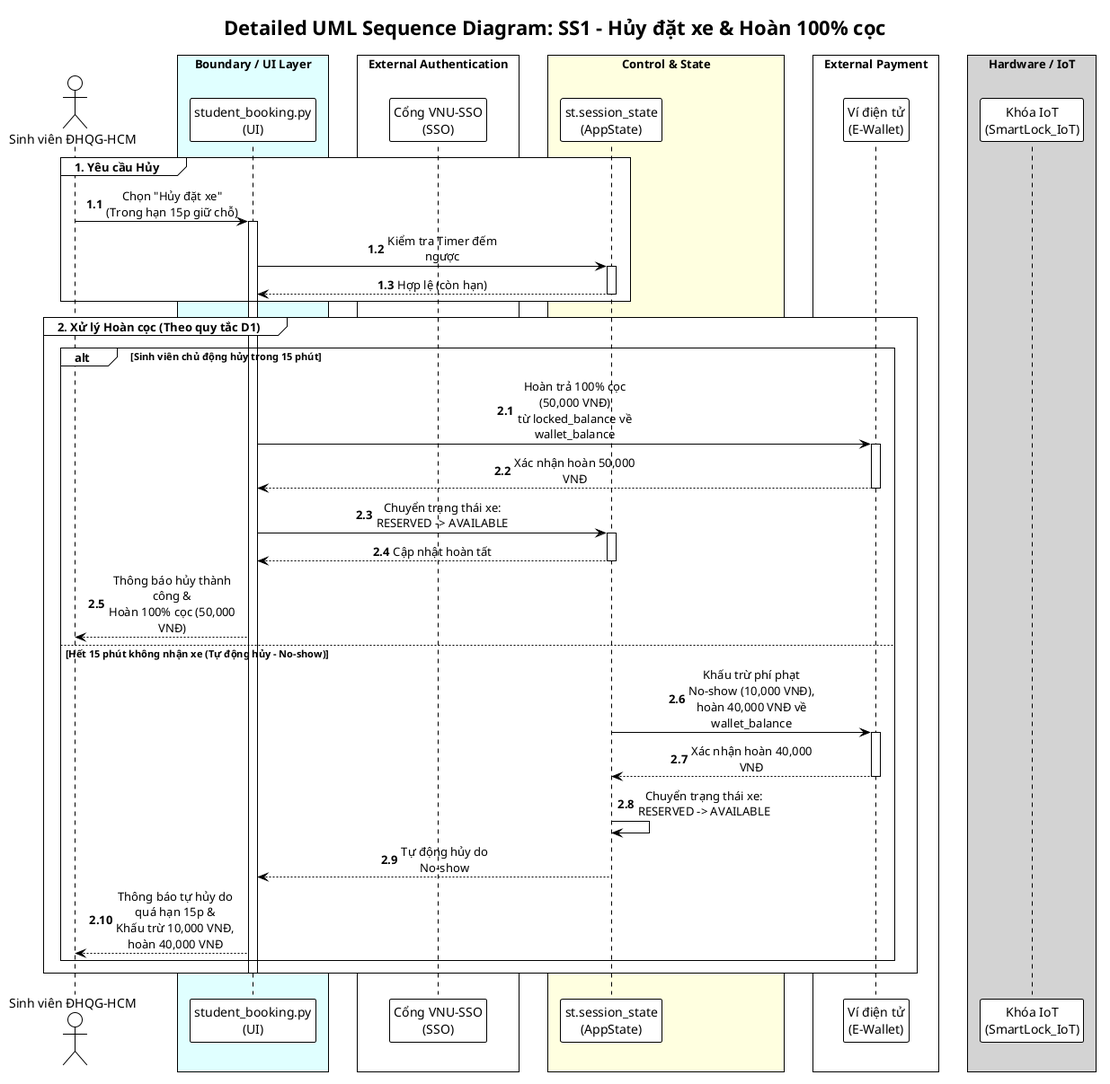
The PlantUML diagram docs/diagrams/Use-case detail-scenario/SS1/Sequence diagrams/UC_SS1_03_NguyenThanhDat_sequence.png in Dat-nguyen195/BTL_1_CNPM, before a commit.
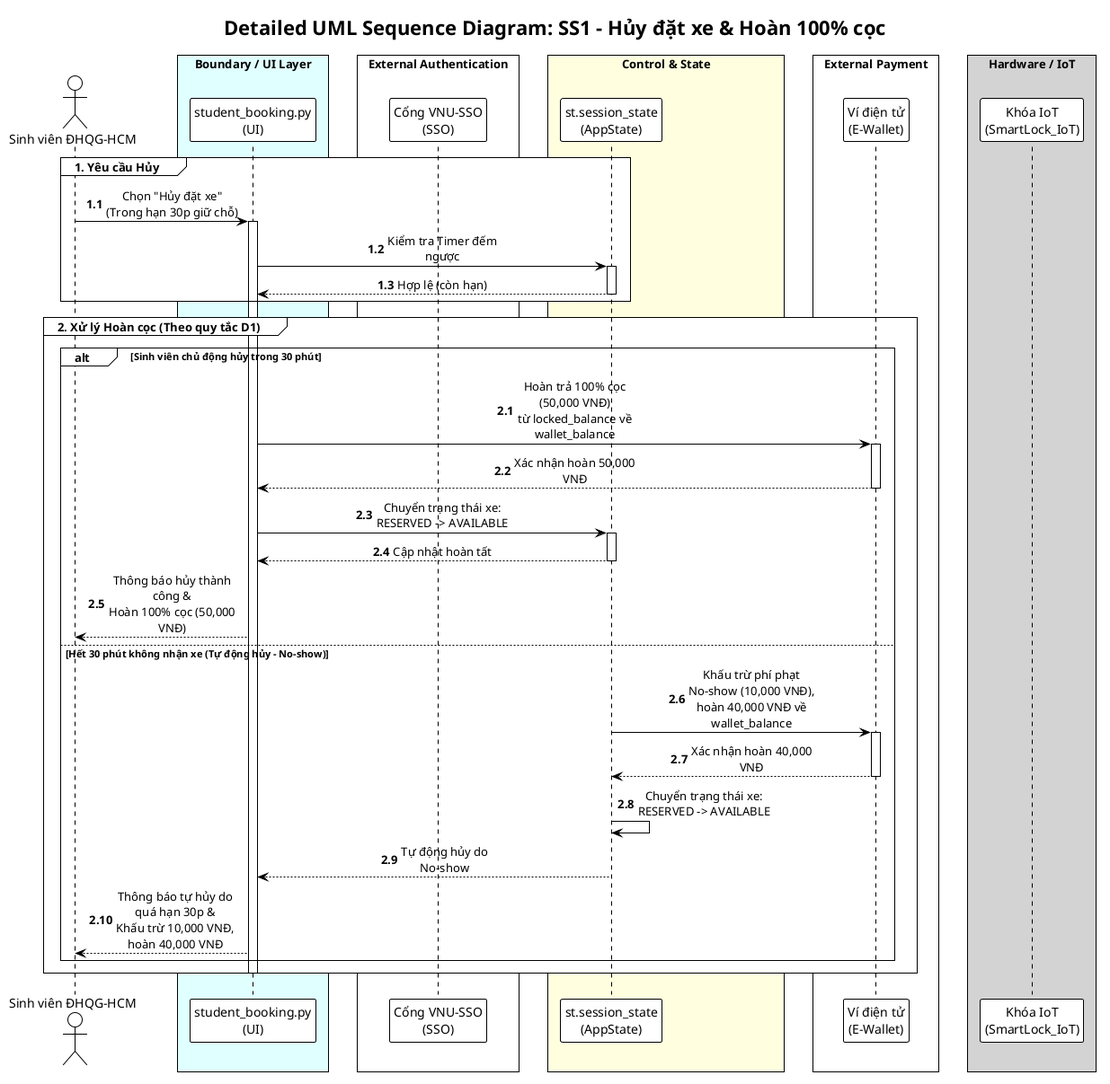
The same diagram one commit later.

Diff of the diagram source:
```diff
@@ -26,7 +26,7 @@
 
 autonumber 1.1
 group 1. Yêu cầu Hủy
-    Student -> UI: Chọn "Hủy đặt xe"\n(Trong hạn 15p giữ chỗ)
+    Student -> UI: Chọn "Hủy đặt xe"\n(Trong hạn 30p giữ chỗ)
     activate UI
 
     UI -> AppState: Kiểm tra Timer đếm ngược
@@ -37,7 +37,7 @@
 
 autonumber 2.1
 group 2. Xử lý Hoàn cọc (Theo quy tắc D1)
-    alt Sinh viên chủ động hủy trong 15 phút
+    alt Sinh viên chủ động hủy trong 30 phút
         UI -> EWallet: Hoàn trả 100% cọc (50,000 VNĐ)\ntừ locked_balance về wallet_balance
         activate EWallet
         EWallet --> UI: Xác nhận hoàn 50,000 VNĐ
@@ -49,7 +49,7 @@
         deactivate AppState
 
         UI --> Student: Thông báo hủy thành công &\nHoàn 100% cọc (50,000 VNĐ)
-    else Hết 15 phút không nhận xe (Tự động hủy - No-show)
+    else Hết 30 phút không nhận xe (Tự động hủy - No-show)
         AppState -> EWallet: Khấu trừ phí phạt No-show (10,000 VNĐ),\nhoàn 40,000 VNĐ về wallet_balance
         activate EWallet
         EWallet --> AppState: Xác nhận hoàn 40,000 VNĐ
@@ -57,7 +57,7 @@
 
         AppState -> AppState: Chuyển trạng thái xe:\nRESERVED -> AVAILABLE
         AppState --> UI: Tự động hủy do No-show
-        UI --> Student: Thông báo tự hủy do quá hạn 15p &\nKhấu trừ 10,000 VNĐ, hoàn 40,000 VNĐ
+        UI --> Student: Thông báo tự hủy do quá hạn 30p &\nKhấu trừ 10,000 VNĐ, hoàn 40,000 VNĐ
     end
     deactivate UI
 end
```
